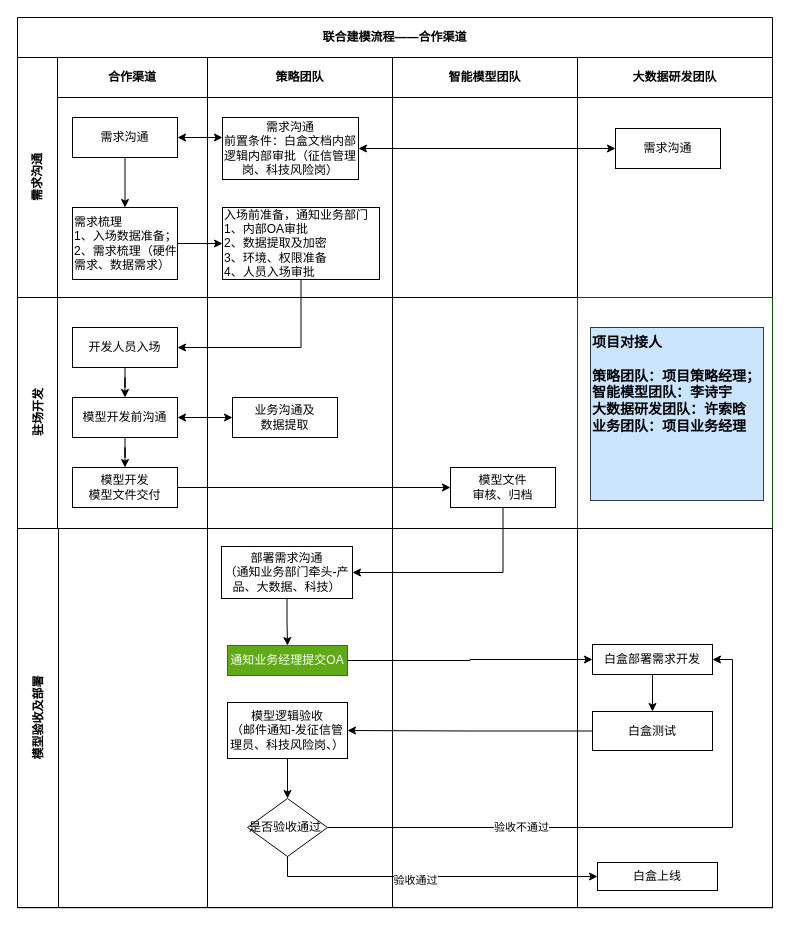
The draw.io diagram page "合作渠道" (1 of 2) of 建模流程.drawio in rayboom/books, before the edit. Source tidied: cells renumbered, new cells numbered last; positions are measured from the earlier drawing's top-left corner, leaving out a move shared by most shapes. Both pictures are drawn from the tidied source at 100%, with x=0, y=0 at pixel (17, 17).
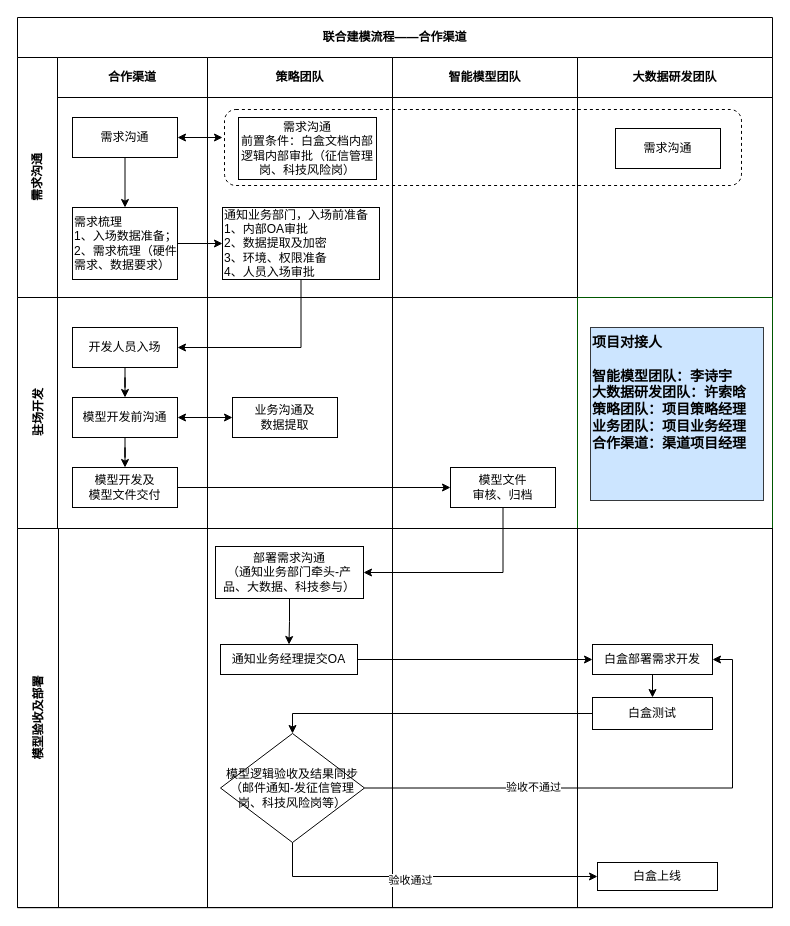
The same page after the edit.

The change refers to these unchanged cells:
```xml
<mxCell id="3" value="需求沟通" style="swimlane;horizontal=0;startSize=40;html=1;whiteSpace=wrap;fontStyle=1;" parent="2" vertex="1">
  <mxGeometry y="40" width="755" height="240" as="geometry" />
</mxCell>
<mxCell id="4" value="合作渠道" style="swimlane;startSize=40;html=1;whiteSpace=wrap;align=center;" parent="3" vertex="1">
  <mxGeometry x="40" width="150" height="240" as="geometry" />
</mxCell>
<mxCell id="8" value="策略团队" style="swimlane;startSize=40;html=1;whiteSpace=wrap;" parent="3" vertex="1">
  <mxGeometry x="190" width="185" height="240" as="geometry" />
</mxCell>
<mxCell id="14" value="需求沟通" style="rounded=0;whiteSpace=wrap;html=1;" parent="13" vertex="1">
  <mxGeometry x="38" y="71" width="105" height="40" as="geometry" />
</mxCell>
<mxCell id="18" style="swimlane;startSize=0;html=1;whiteSpace=wrap;" parent="17" vertex="1">
  <mxGeometry x="40" width="150" height="231" as="geometry" />
</mxCell>
<mxCell id="29" style="swimlane;startSize=0;html=1;whiteSpace=wrap;align=left;fillColor=#008a00;strokeColor=#005700;fontColor=#ffffff;" parent="17" vertex="1">
  <mxGeometry x="560" width="195" height="231" as="geometry" />
</mxCell>
<mxCell id="32" value="模型验收及部署" style="swimlane;horizontal=0;startSize=41;html=1;whiteSpace=wrap;" parent="2" vertex="1">
  <mxGeometry y="511" width="755" height="379" as="geometry" />
</mxCell>
<mxCell id="34" style="swimlane;startSize=0;html=1;whiteSpace=wrap;" parent="32" vertex="1">
  <mxGeometry x="190" width="185" height="379" as="geometry" />
</mxCell>
<mxCell id="42" style="swimlane;startSize=0;html=1;whiteSpace=wrap;" parent="32" vertex="1">
  <mxGeometry x="560" width="195" height="379" as="geometry" />
</mxCell>
```

What changed in the source:
```diff
@@
-    <mxCell id="2" value="联合建模流程——合作渠道" style="shape=table;childLayout=tableLayout;rowLines=0;columnLines=0;startSize=40;html=1;whiteSpace=wrap;fontStyle=1;align=center;" parent="1" vertex="1">
+    <mxCell id="2" value="联合建模流程——合作渠道" style="shape=table;childLayout=tableLayout;rowLines=0;columnLines=0;startSize=40;html=1;whiteSpace=wrap;fontStyle=1;align=center;shadow=0;" parent="1" vertex="1">
       <mxGeometry width="755" height="890.2" as="geometry" />
     </mxCell>
@@
-    <mxCell id="6" value="需求梳理&lt;br&gt;1、入场数据准备；&lt;br&gt;2、需求梳理（硬件需求、数据需求）" style="rounded=0;whiteSpace=wrap;html=1;align=left;" parent="4" vertex="1">
+    <mxCell id="6" value="需求梳理&lt;br&gt;1、入场数据准备；&lt;br&gt;2、需求梳理（硬件需求、数据要求）" style="rounded=0;whiteSpace=wrap;html=1;align=left;" parent="4" vertex="1">
       <mxGeometry x="15" y="150" width="105" height="72" as="geometry" />
     </mxCell>
@@
+    <mxCell id="55" style="rounded=1;whiteSpace=wrap;html=1;shadow=0;dashed=1;gradientColor=none;fontFamily=Helvetica;fontSize=14;fontColor=#000000;align=left;" parent="8" vertex="1">
+      <mxGeometry x="17" y="52" width="517" height="76" as="geometry" />
+    </mxCell>
     <mxCell id="9" value="需求沟通&lt;br&gt;前置条件：白盒文档内部逻辑内部审批（征信管理岗、科技风险岗）" style="whiteSpace=wrap;html=1;rounded=0;" parent="8" vertex="1">
-      <mxGeometry x="15" y="60" width="136" height="62" as="geometry" />
+      <mxGeometry x="31" y="60" width="138" height="62" as="geometry" />
     </mxCell>
@@
-    <mxCell id="11" value="&lt;span&gt;入场前准备，通知业务部门&lt;/span&gt;&lt;br&gt;&lt;span&gt;1、内部OA审批&lt;/span&gt;&lt;br&gt;&lt;span&gt;2、数据提取及加密&lt;/span&gt;&lt;br&gt;&lt;span&gt;3、环境、权限准备&lt;/span&gt;&lt;br&gt;&lt;span&gt;4、人员入场审批&lt;/span&gt;" style="whiteSpace=wrap;html=1;rounded=0;align=left;" parent="8" vertex="1">
+    <mxCell id="11" value="通知业务部门，&lt;span&gt;入场前准备&lt;/span&gt;&lt;br&gt;&lt;span&gt;1、内部OA审批&lt;/span&gt;&lt;br&gt;&lt;span&gt;2、数据提取及加密&lt;/span&gt;&lt;br&gt;&lt;span&gt;3、环境、权限准备&lt;/span&gt;&lt;br&gt;&lt;span&gt;4、人员入场审批&lt;/span&gt;" style="whiteSpace=wrap;html=1;rounded=0;align=left;" parent="8" vertex="1">
       <mxGeometry x="15" y="150" width="157" height="72" as="geometry" />
     </mxCell>
@@
-    <mxCell id="16" style="endArrow=classic;startArrow=classic;html=1;entryX=1;entryY=0.5;entryDx=0;entryDy=0;exitX=0;exitY=0.5;exitDx=0;exitDy=0;" parent="3" edge="1" source="14" target="9">
-      <mxGeometry relative="1" as="geometry" />
-    </mxCell>
@@
-    <mxCell id="22" value="模型开发&lt;br&gt;模型文件交付" style="rounded=0;whiteSpace=wrap;html=1;" parent="18" vertex="1">
+    <mxCell id="22" value="模型开发及&lt;br&gt;模型文件交付" style="rounded=0;whiteSpace=wrap;html=1;" parent="18" vertex="1">
       <mxGeometry x="15" y="170" width="105" height="40" as="geometry" />
     </mxCell>
@@
-    <mxCell id="30" value="项目对接人&lt;br&gt;&lt;br&gt;策略团队：项目策略经理；&lt;br style=&quot;font-size: 14px&quot;&gt;智能模型团队：李诗宇&lt;br style=&quot;font-size: 14px&quot;&gt;大数据研发团队：许索晗&lt;br style=&quot;font-size: 14px&quot;&gt;业务团队：项目业务经理" style="whiteSpace=wrap;html=1;align=left;verticalAlign=top;fontSize=14;fillColor=#cce5ff;strokeColor=#36393d;fontStyle=1;fontFamily=Helvetica;" parent="29" vertex="1">
+    <mxCell id="30" value="项目对接人&lt;br&gt;&lt;br&gt;智能模型团队：李诗宇&lt;br&gt;大数据研发团队：许索晗&lt;br&gt;策略团队：项目策略经理&lt;br style=&quot;font-size: 14px&quot;&gt;业务团队：项目业务经理&lt;br&gt;合作渠道：渠道项目经理" style="whiteSpace=wrap;html=1;align=left;verticalAlign=top;fontSize=14;fillColor=#cce5ff;strokeColor=#36393d;fontStyle=1;fontFamily=Helvetica;" parent="29" vertex="1">
       <mxGeometry x="13" y="30" width="173" height="173" as="geometry" />
     </mxCell>
@@
-    <mxCell id="35" value="通知业务经理提交OA" style="whiteSpace=wrap;html=1;rounded=0;fillColor=#60a917;strokeColor=#2D7600;fontColor=#ffffff;" parent="34" vertex="1">
-      <mxGeometry x="20" y="117" width="120" height="30" as="geometry" />
+    <mxCell id="35" value="通知业务经理提交OA" style="whiteSpace=wrap;html=1;rounded=0;" parent="34" vertex="1">
+      <mxGeometry x="13" y="116" width="137" height="30" as="geometry" />
     </mxCell>
-    <mxCell id="36" value="模型逻辑验收&lt;br&gt;（邮件通知-发征信管理员、科技风险岗、）" style="whiteSpace=wrap;html=1;rounded=0;" parent="34" vertex="1">
-      <mxGeometry x="20" y="174" width="120" height="56" as="geometry" />
-    </mxCell>
-    <mxCell id="37" value="是否验收通过" style="rhombus;whiteSpace=wrap;html=1;align=left;" parent="34" vertex="1">
-      <mxGeometry x="40" y="270" width="80" height="58" as="geometry" />
+    <mxCell id="37" value="模型逻辑验收及结果同步（邮件通知-发征信管理岗、科技风险岗等）" style="rhombus;whiteSpace=wrap;html=1;align=center;" parent="34" vertex="1">
+      <mxGeometry x="13" y="205" width="144" height="109" as="geometry" />
     </mxCell>
-    <mxCell id="38" style="edgeStyle=orthogonalEdgeStyle;rounded=0;jettySize=auto;html=1;exitX=0.5;exitY=1;exitDx=0;exitDy=0;" parent="34" edge="1" source="36" target="37">
-      <mxGeometry relative="1" as="geometry" />
-    </mxCell>
@@
-    <mxCell id="40" value="部署需求沟通&lt;br&gt;（通知业务部门牵头-产品、大数据、科技）" style="rounded=0;whiteSpace=wrap;html=1;" parent="34" vertex="1">
-      <mxGeometry x="14" y="18" width="131" height="52" as="geometry" />
+    <mxCell id="40" value="部署需求沟通&lt;br&gt;（通知业务部门牵头-产品、大数据、科技参与）" style="rounded=0;whiteSpace=wrap;html=1;" parent="34" vertex="1">
+      <mxGeometry x="8" y="18" width="148" height="52" as="geometry" />
     </mxCell>
@@
     <mxCell id="44" value="白盒测试&lt;br&gt;" style="whiteSpace=wrap;html=1;rounded=0;" parent="42" vertex="1">
-      <mxGeometry x="15" y="183" width="120" height="39" as="geometry" />
+      <mxGeometry x="15" y="169" width="120" height="32" as="geometry" />
     </mxCell>
@@
-    <mxCell id="48" style="edgeStyle=orthogonalEdgeStyle;rounded=0;jettySize=auto;html=1;entryX=1;entryY=0.5;entryDx=0;entryDy=0;" parent="32" edge="1" source="44" target="36">
-      <mxGeometry relative="1" as="geometry" />
-    </mxCell>
@@
+    <mxCell id="56" style="edgeStyle=orthogonalEdgeStyle;rounded=0;jettySize=auto;html=1;entryX=0.5;entryY=0;entryDx=0;entryDy=0;fontFamily=Helvetica;fontSize=14;fontColor=#000000;" parent="32" edge="1" source="44" target="37">
+      <mxGeometry relative="1" as="geometry" />
+    </mxCell>
```
